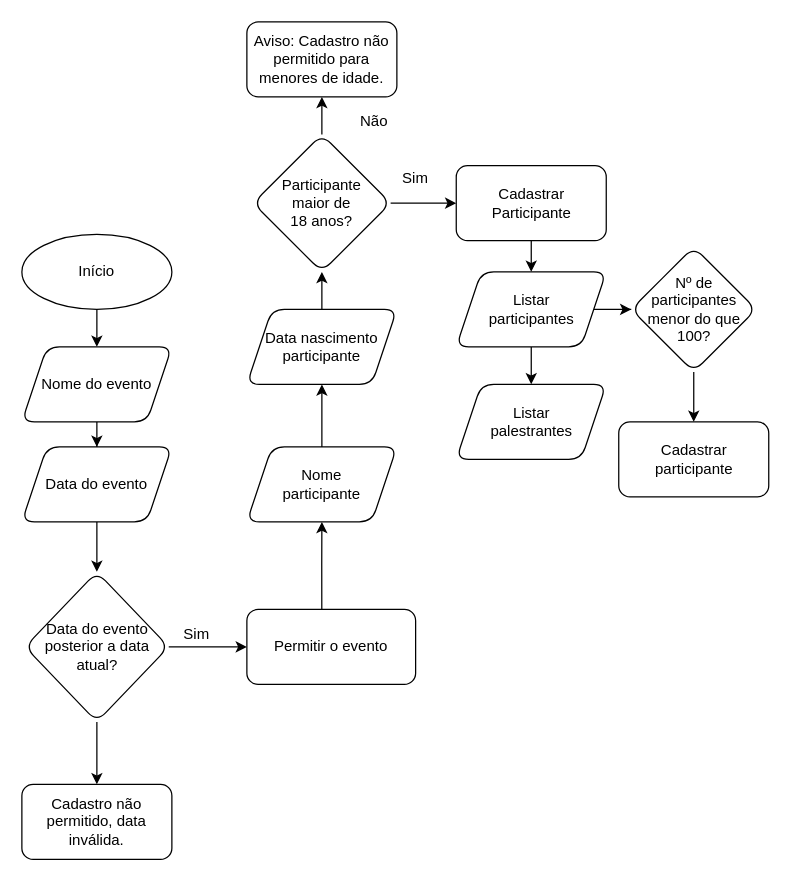
Before: Untitled Diagram.drawio in fredduarte85/uc8-atividade-1, a draw.io diagram. Source tidied: cells renumbered, new cells numbered last; positions are measured from the earlier drawing's top-left corner, leaving out a move shared by most shapes. Both pictures are drawn from the tidied source at 125%, with x=0, y=0 at pixel (21, 21).
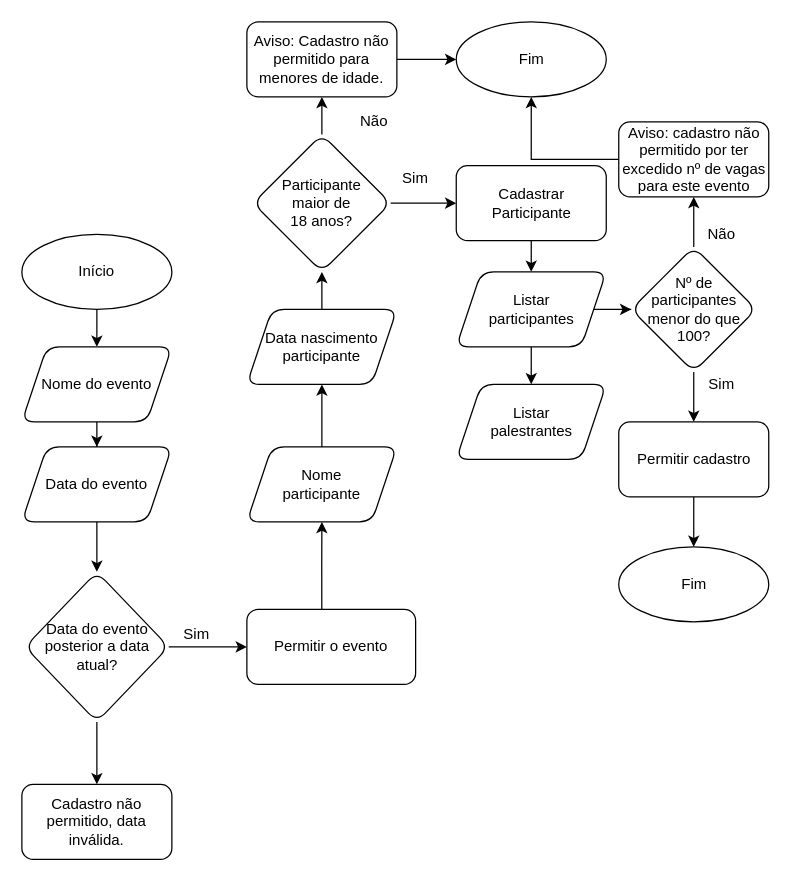
The same page after the edit.

Commit message (it also covers changes not shown here):
fluxograma atividade-1

The change refers to these unchanged cells:
```xml
<mxCell id="23" value="Aviso: Cadastro não permitido para menores de idade." style="whiteSpace=wrap;html=1;rounded=1;shadow=0;strokeWidth=1;glass=0;" parent="1" vertex="1">
  <mxGeometry x="180" width="120" height="60" as="geometry" />
</mxCell>
<mxCell id="30" value="Nº de participantes menor do que 100?" style="rhombus;whiteSpace=wrap;html=1;rounded=1;shadow=0;strokeWidth=1;glass=0;" parent="1" vertex="1">
  <mxGeometry x="487.5" y="180" width="100" height="100" as="geometry" />
</mxCell>
```

What changed in the source:
```diff
@@
+    <mxCell id="34" style="edgeStyle=orthogonalEdgeStyle;rounded=0;jettySize=auto;html=1;" parent="1" edge="1" source="23" target="42">
+      <mxGeometry relative="1" as="geometry" />
+    </mxCell>
@@
+    <mxCell id="35" style="edgeStyle=orthogonalEdgeStyle;rounded=0;jettySize=auto;html=1;" parent="1" edge="1" source="30" target="39">
+      <mxGeometry relative="1" as="geometry" />
+    </mxCell>
@@
+    <mxCell id="36" style="edgeStyle=orthogonalEdgeStyle;rounded=0;jettySize=auto;html=1;" parent="1" edge="1" source="31" target="41">
+      <mxGeometry relative="1" as="geometry" />
+    </mxCell>
-    <mxCell id="31" value="Cadastrar participante" style="whiteSpace=wrap;html=1;rounded=1;shadow=0;strokeWidth=1;glass=0;" parent="1" vertex="1">
+    <mxCell id="31" value="Permitir cadastro" style="whiteSpace=wrap;html=1;rounded=1;shadow=0;strokeWidth=1;glass=0;" parent="1" vertex="1">
       <mxGeometry x="477.5" y="320" width="120" height="60" as="geometry" />
     </mxCell>
@@
+    <mxCell id="37" value="Sim" style="text;html=1;strokeColor=none;fillColor=none;align=center;verticalAlign=middle;whiteSpace=wrap;rounded=0;" parent="1" vertex="1">
+      <mxGeometry x="540" y="280" width="40" height="20" as="geometry" />
+    </mxCell>
+    <mxCell id="38" style="edgeStyle=orthogonalEdgeStyle;rounded=0;jettySize=auto;html=1;" parent="1" edge="1" source="39" target="42">
+      <mxGeometry relative="1" as="geometry" />
+    </mxCell>
+    <mxCell id="39" value="Aviso: cadastro não permitido por ter excedido nº de vagas&lt;br&gt;para este evento" style="whiteSpace=wrap;html=1;rounded=1;shadow=0;strokeWidth=1;glass=0;" parent="1" vertex="1">
+      <mxGeometry x="477.5" y="80" width="120" height="60" as="geometry" />
+    </mxCell>
+    <mxCell id="40" value="Não" style="text;html=1;strokeColor=none;fillColor=none;align=center;verticalAlign=middle;whiteSpace=wrap;rounded=0;" parent="1" vertex="1">
+      <mxGeometry x="540" y="160" width="40" height="20" as="geometry" />
+    </mxCell>
+    <mxCell id="41" value="Fim" style="ellipse;whiteSpace=wrap;html=1;rounded=1;shadow=0;strokeWidth=1;glass=0;" parent="1" vertex="1">
+      <mxGeometry x="477.5" y="420" width="120" height="60" as="geometry" />
+    </mxCell>
+    <mxCell id="42" value="Fim" style="ellipse;whiteSpace=wrap;html=1;rounded=1;shadow=0;strokeWidth=1;glass=0;" parent="1" vertex="1">
+      <mxGeometry x="347.5" width="120" height="60" as="geometry" />
+    </mxCell>
```
